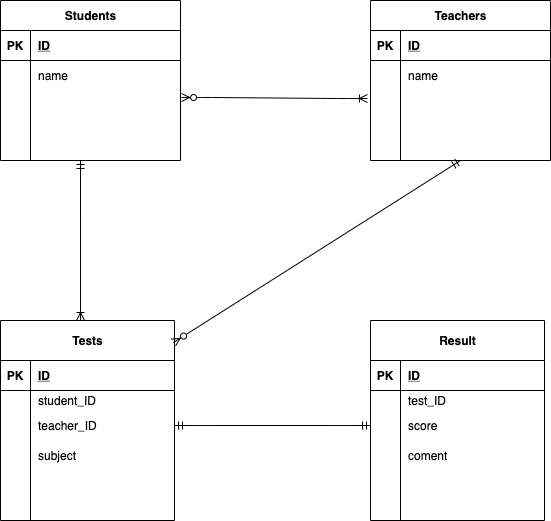
This is index.drawio.png from UYA17/database_test, a draw.io export, as it was before one commit. Source tidied: cells renumbered, new cells last; positions are measured from the earlier drawing's top-left corner, leaving out a move shared by most shapes. Source of this version:
```xml
<mxGraphModel>
  <root>
    <mxCell id="0" />
    <mxCell id="1" parent="0" />
    <mxCell id="2" value="Students" style="shape=table;startSize=30;rowLines=0;fontStyle=1;align=center;html=1;" parent="1" vertex="1">
      <mxGeometry width="180" height="160" as="geometry" />
    </mxCell>
    <mxCell id="3" style="shape=partialRectangle;fillColor=none;top=0;left=0;bottom=1;right=0;" parent="2" vertex="1">
      <mxGeometry y="30" width="180" height="30" as="geometry" />
    </mxCell>
    <mxCell id="4" value="PK" style="shape=partialRectangle;fillColor=none;top=0;left=0;bottom=0;right=0;fontStyle=1;overflow=hidden;" parent="3" vertex="1">
      <mxGeometry width="30" height="30" as="geometry" />
    </mxCell>
    <mxCell id="5" value="ID" style="shape=partialRectangle;fillColor=none;top=0;left=0;bottom=0;right=0;align=left;spacingLeft=6;fontStyle=5;overflow=hidden;" parent="3" vertex="1">
      <mxGeometry x="30" width="150" height="30" as="geometry" />
    </mxCell>
    <mxCell id="6" style="shape=partialRectangle;fillColor=none;top=0;left=0;bottom=0;right=0;" parent="2" vertex="1">
      <mxGeometry y="60" width="180" height="30" as="geometry" />
    </mxCell>
    <mxCell id="7" style="shape=partialRectangle;fillColor=none;top=0;left=0;bottom=0;right=0;overflow=hidden;" parent="6" vertex="1">
      <mxGeometry width="30" height="30" as="geometry" />
    </mxCell>
    <mxCell id="8" value="name" style="shape=partialRectangle;fillColor=none;top=0;left=0;bottom=0;right=0;align=left;spacingLeft=6;overflow=hidden;" parent="6" vertex="1">
      <mxGeometry x="30" width="150" height="30" as="geometry" />
    </mxCell>
    <mxCell id="9" style="shape=partialRectangle;fillColor=none;top=0;left=0;bottom=0;right=0;points=[[0,0.5],[1,0.5]];portConstraint=eastwest;" parent="2" vertex="1">
      <mxGeometry y="90" width="180" height="30" as="geometry" />
    </mxCell>
    <mxCell id="10" style="shape=partialRectangle;fillColor=none;top=0;left=0;bottom=0;right=0;overflow=hidden;" parent="9" vertex="1">
      <mxGeometry width="30" height="30" as="geometry" />
    </mxCell>
    <mxCell id="11" style="shape=partialRectangle;fillColor=none;top=0;left=0;bottom=0;right=0;align=left;spacingLeft=6;overflow=hidden;" parent="9" vertex="1">
      <mxGeometry x="30" width="150" height="30" as="geometry" />
    </mxCell>
    <mxCell id="12" style="shape=partialRectangle;fillColor=none;top=0;left=0;bottom=0;right=0;" parent="2" vertex="1">
      <mxGeometry y="120" width="180" height="30" as="geometry" />
    </mxCell>
    <mxCell id="13" style="shape=partialRectangle;fillColor=none;top=0;left=0;bottom=0;right=0;overflow=hidden;" parent="12" vertex="1">
      <mxGeometry width="30" height="30" as="geometry" />
    </mxCell>
    <mxCell id="14" style="shape=partialRectangle;fillColor=none;top=0;left=0;bottom=0;right=0;align=left;spacingLeft=6;overflow=hidden;" parent="12" vertex="1">
      <mxGeometry x="30" width="150" height="30" as="geometry" />
    </mxCell>
    <mxCell id="15" value="Teachers" style="shape=table;startSize=30;rowLines=0;fontStyle=1;align=center;html=1;" parent="1" vertex="1">
      <mxGeometry x="370" width="180" height="160" as="geometry" />
    </mxCell>
    <mxCell id="16" style="shape=partialRectangle;fillColor=none;top=0;left=0;bottom=1;right=0;" parent="15" vertex="1">
      <mxGeometry y="30" width="180" height="30" as="geometry" />
    </mxCell>
    <mxCell id="17" value="PK" style="shape=partialRectangle;fillColor=none;top=0;left=0;bottom=0;right=0;fontStyle=1;overflow=hidden;" parent="16" vertex="1">
      <mxGeometry width="30" height="30" as="geometry" />
    </mxCell>
    <mxCell id="18" value="ID" style="shape=partialRectangle;fillColor=none;top=0;left=0;bottom=0;right=0;align=left;spacingLeft=6;fontStyle=5;overflow=hidden;" parent="16" vertex="1">
      <mxGeometry x="30" width="150" height="30" as="geometry" />
    </mxCell>
    <mxCell id="19" style="shape=partialRectangle;fillColor=none;top=0;left=0;bottom=0;right=0;" parent="15" vertex="1">
      <mxGeometry y="60" width="180" height="30" as="geometry" />
    </mxCell>
    <mxCell id="20" style="shape=partialRectangle;fillColor=none;top=0;left=0;bottom=0;right=0;overflow=hidden;" parent="19" vertex="1">
      <mxGeometry width="30" height="30" as="geometry" />
    </mxCell>
    <mxCell id="21" value="name" style="shape=partialRectangle;fillColor=none;top=0;left=0;bottom=0;right=0;align=left;spacingLeft=6;overflow=hidden;" parent="19" vertex="1">
      <mxGeometry x="30" width="150" height="30" as="geometry" />
    </mxCell>
    <mxCell id="22" style="shape=partialRectangle;fillColor=none;top=0;left=0;bottom=0;right=0;points=[[0,0.5],[1,0.5]];portConstraint=eastwest;" parent="15" vertex="1">
      <mxGeometry y="90" width="180" height="30" as="geometry" />
    </mxCell>
    <mxCell id="23" style="shape=partialRectangle;fillColor=none;top=0;left=0;bottom=0;right=0;overflow=hidden;" parent="22" vertex="1">
      <mxGeometry width="30" height="30" as="geometry" />
    </mxCell>
    <mxCell id="24" style="shape=partialRectangle;fillColor=none;top=0;left=0;bottom=0;right=0;align=left;spacingLeft=6;overflow=hidden;" parent="22" vertex="1">
      <mxGeometry x="30" width="150" height="30" as="geometry" />
    </mxCell>
    <mxCell id="25" style="shape=partialRectangle;fillColor=none;top=0;left=0;bottom=0;right=0;" parent="15" vertex="1">
      <mxGeometry y="120" width="180" height="30" as="geometry" />
    </mxCell>
    <mxCell id="26" style="shape=partialRectangle;fillColor=none;top=0;left=0;bottom=0;right=0;overflow=hidden;" parent="25" vertex="1">
      <mxGeometry width="30" height="30" as="geometry" />
    </mxCell>
    <mxCell id="27" style="shape=partialRectangle;fillColor=none;top=0;left=0;bottom=0;right=0;align=left;spacingLeft=6;overflow=hidden;" parent="25" vertex="1">
      <mxGeometry x="30" width="150" height="30" as="geometry" />
    </mxCell>
    <mxCell id="28" value="Tests" style="shape=table;startSize=40;rowLines=0;fontStyle=1;align=center;html=1;" parent="1" vertex="1">
      <mxGeometry y="320" width="174" height="200" as="geometry" />
    </mxCell>
    <mxCell id="29" style="shape=partialRectangle;fillColor=none;top=0;left=0;bottom=1;right=0;" parent="28" vertex="1">
      <mxGeometry y="40" width="174" height="30" as="geometry" />
    </mxCell>
    <mxCell id="30" value="PK" style="shape=partialRectangle;fillColor=none;top=0;left=0;bottom=0;right=0;fontStyle=1;overflow=hidden;" parent="29" vertex="1">
      <mxGeometry width="30" height="30" as="geometry" />
    </mxCell>
    <mxCell id="31" value="ID" style="shape=partialRectangle;fillColor=none;top=0;left=0;bottom=0;right=0;align=left;spacingLeft=6;fontStyle=5;overflow=hidden;" parent="29" vertex="1">
      <mxGeometry x="30" width="144" height="30" as="geometry" />
    </mxCell>
    <mxCell id="32" style="shape=partialRectangle;fillColor=none;top=0;left=0;bottom=0;right=0;" parent="28" vertex="1">
      <mxGeometry y="70" width="174" height="20" as="geometry" />
    </mxCell>
    <mxCell id="33" style="shape=partialRectangle;fillColor=none;top=0;left=0;bottom=0;right=0;overflow=hidden;" parent="32" vertex="1">
      <mxGeometry width="30" height="20" as="geometry" />
    </mxCell>
    <mxCell id="34" value="student_ID" style="shape=partialRectangle;fillColor=none;top=0;left=0;bottom=0;right=0;align=left;spacingLeft=6;overflow=hidden;" parent="32" vertex="1">
      <mxGeometry x="30" width="144" height="20" as="geometry" />
    </mxCell>
    <mxCell id="35" style="shape=partialRectangle;fillColor=none;top=0;left=0;bottom=0;right=0;points=[[0,0.5],[1,0.5]];portConstraint=eastwest;" parent="28" vertex="1">
      <mxGeometry y="90" width="174" height="30" as="geometry" />
    </mxCell>
    <mxCell id="36" style="shape=partialRectangle;fillColor=none;top=0;left=0;bottom=0;right=0;overflow=hidden;" parent="35" vertex="1">
      <mxGeometry width="30" height="30" as="geometry" />
    </mxCell>
    <mxCell id="37" value="teacher_ID" style="shape=partialRectangle;fillColor=none;top=0;left=0;bottom=0;right=0;align=left;spacingLeft=6;overflow=hidden;" parent="35" vertex="1">
      <mxGeometry x="30" width="144" height="30" as="geometry" />
    </mxCell>
    <mxCell id="38" style="shape=partialRectangle;fillColor=none;top=0;left=0;bottom=0;right=0;" parent="28" vertex="1">
      <mxGeometry y="120" width="174" height="30" as="geometry" />
    </mxCell>
    <mxCell id="39" style="shape=partialRectangle;fillColor=none;top=0;left=0;bottom=0;right=0;overflow=hidden;" parent="38" vertex="1">
      <mxGeometry width="30" height="30" as="geometry" />
    </mxCell>
    <mxCell id="40" value="subject" style="shape=partialRectangle;fillColor=none;top=0;left=0;bottom=0;right=0;align=left;spacingLeft=6;overflow=hidden;" parent="38" vertex="1">
      <mxGeometry x="30" width="144" height="30" as="geometry" />
    </mxCell>
    <mxCell id="41" style="shape=partialRectangle;fillColor=none;top=0;left=0;bottom=0;right=0;" parent="28" vertex="1">
      <mxGeometry y="150" width="174" height="30" as="geometry" />
    </mxCell>
    <mxCell id="42" style="shape=partialRectangle;fillColor=none;top=0;left=0;bottom=0;right=0;overflow=hidden;" parent="41" vertex="1">
      <mxGeometry width="30" height="30" as="geometry" />
    </mxCell>
    <mxCell id="43" style="shape=partialRectangle;fillColor=none;top=0;left=0;bottom=0;right=0;align=left;spacingLeft=6;overflow=hidden;" parent="41" vertex="1">
      <mxGeometry x="30" width="144" height="30" as="geometry" />
    </mxCell>
    <mxCell id="44" value="Result" style="shape=table;startSize=40;rowLines=0;fontStyle=1;align=center;html=1;" parent="1" vertex="1">
      <mxGeometry x="370" y="320" width="174" height="200" as="geometry" />
    </mxCell>
    <mxCell id="45" style="shape=partialRectangle;fillColor=none;top=0;left=0;bottom=1;right=0;" parent="44" vertex="1">
      <mxGeometry y="40" width="174" height="30" as="geometry" />
    </mxCell>
    <mxCell id="46" value="PK" style="shape=partialRectangle;fillColor=none;top=0;left=0;bottom=0;right=0;fontStyle=1;overflow=hidden;" parent="45" vertex="1">
      <mxGeometry width="30" height="30" as="geometry" />
    </mxCell>
    <mxCell id="47" value="ID" style="shape=partialRectangle;fillColor=none;top=0;left=0;bottom=0;right=0;align=left;spacingLeft=6;fontStyle=5;overflow=hidden;" parent="45" vertex="1">
      <mxGeometry x="30" width="144" height="30" as="geometry" />
    </mxCell>
    <mxCell id="48" style="shape=partialRectangle;fillColor=none;top=0;left=0;bottom=0;right=0;" parent="44" vertex="1">
      <mxGeometry y="70" width="174" height="20" as="geometry" />
    </mxCell>
    <mxCell id="49" style="shape=partialRectangle;fillColor=none;top=0;left=0;bottom=0;right=0;overflow=hidden;" parent="48" vertex="1">
      <mxGeometry width="30" height="20" as="geometry" />
    </mxCell>
    <mxCell id="50" value="test_ID" style="shape=partialRectangle;fillColor=none;top=0;left=0;bottom=0;right=0;align=left;spacingLeft=6;overflow=hidden;" parent="48" vertex="1">
      <mxGeometry x="30" width="144" height="20" as="geometry" />
    </mxCell>
    <mxCell id="51" style="shape=partialRectangle;fillColor=none;top=0;left=0;bottom=0;right=0;points=[[0,0.5],[1,0.5]];portConstraint=eastwest;" parent="44" vertex="1">
      <mxGeometry y="90" width="174" height="30" as="geometry" />
    </mxCell>
    <mxCell id="52" style="shape=partialRectangle;fillColor=none;top=0;left=0;bottom=0;right=0;overflow=hidden;" parent="51" vertex="1">
      <mxGeometry width="30" height="30" as="geometry" />
    </mxCell>
    <mxCell id="53" value="score" style="shape=partialRectangle;fillColor=none;top=0;left=0;bottom=0;right=0;align=left;spacingLeft=6;overflow=hidden;" parent="51" vertex="1">
      <mxGeometry x="30" width="144" height="30" as="geometry" />
    </mxCell>
    <mxCell id="54" style="shape=partialRectangle;fillColor=none;top=0;left=0;bottom=0;right=0;" parent="44" vertex="1">
      <mxGeometry y="120" width="174" height="30" as="geometry" />
    </mxCell>
    <mxCell id="55" style="shape=partialRectangle;fillColor=none;top=0;left=0;bottom=0;right=0;overflow=hidden;" parent="54" vertex="1">
      <mxGeometry width="30" height="30" as="geometry" />
    </mxCell>
    <mxCell id="56" value="coment" style="shape=partialRectangle;fillColor=none;top=0;left=0;bottom=0;right=0;align=left;spacingLeft=6;overflow=hidden;" parent="54" vertex="1">
      <mxGeometry x="30" width="144" height="30" as="geometry" />
    </mxCell>
    <mxCell id="57" style="shape=partialRectangle;fillColor=none;top=0;left=0;bottom=0;right=0;" parent="44" vertex="1">
      <mxGeometry y="150" width="174" height="30" as="geometry" />
    </mxCell>
    <mxCell id="58" style="shape=partialRectangle;fillColor=none;top=0;left=0;bottom=0;right=0;overflow=hidden;" parent="57" vertex="1">
      <mxGeometry width="30" height="30" as="geometry" />
    </mxCell>
    <mxCell id="59" style="shape=partialRectangle;fillColor=none;top=0;left=0;bottom=0;right=0;align=left;spacingLeft=6;overflow=hidden;" parent="57" vertex="1">
      <mxGeometry x="30" width="144" height="30" as="geometry" />
    </mxCell>
    <mxCell id="60" style="edgeStyle=entityRelationEdgeStyle;fontSize=12;html=1;endArrow=ERoneToMany;startArrow=ERzeroToMany;exitX=1.006;exitY=0.233;exitDx=0;exitDy=0;exitPerimeter=0;entryX=-0.017;entryY=0.267;entryDx=0;entryDy=0;entryPerimeter=0;" parent="1" edge="1" source="9" target="22">
      <mxGeometry relative="1" as="geometry" />
    </mxCell>
    <mxCell id="61" style="fontSize=12;html=1;endArrow=ERoneToMany;startArrow=ERmandOne;entryX=0.46;entryY=0;entryDx=0;entryDy=0;entryPerimeter=0;" parent="1" edge="1" target="28">
      <mxGeometry relative="1" as="geometry">
        <mxPoint x="80" y="160" as="sourcePoint" />
      </mxGeometry>
    </mxCell>
    <mxCell id="62" style="fontSize=12;html=1;endArrow=ERzeroToMany;startArrow=ERmandOne;exitX=0.5;exitY=1;exitDx=0;exitDy=0;entryX=0.994;entryY=0.11;entryDx=0;entryDy=0;entryPerimeter=0;" parent="1" edge="1" source="15" target="28">
      <mxGeometry relative="1" as="geometry" />
    </mxCell>
    <mxCell id="63" style="edgeStyle=entityRelationEdgeStyle;fontSize=12;html=1;endArrow=ERmandOne;startArrow=ERmandOne;exitX=1;exitY=0.5;exitDx=0;exitDy=0;entryX=0;entryY=0.5;entryDx=0;entryDy=0;" parent="1" edge="1" source="35" target="51">
      <mxGeometry relative="1" as="geometry" />
    </mxCell>
  </root>
</mxGraphModel>
```
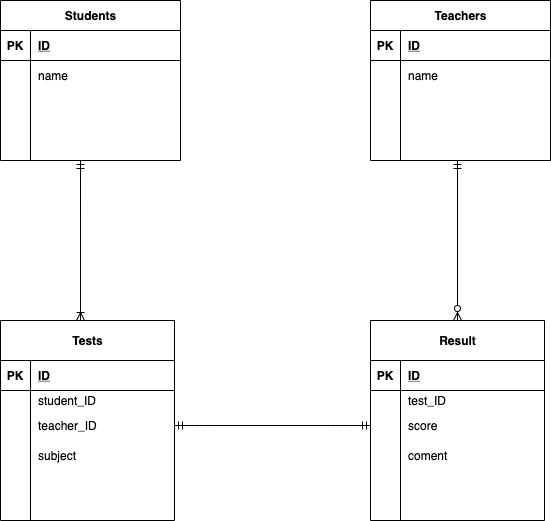
The same diagram one commit later.

What changed in the source:
```diff
@@ -176,19 +176,19 @@
     <mxCell id="59" style="shape=partialRectangle;fillColor=none;top=0;left=0;bottom=0;right=0;align=left;spacingLeft=6;overflow=hidden;" parent="57" vertex="1">
       <mxGeometry x="30" width="144" height="30" as="geometry" />
     </mxCell>
-    <mxCell id="60" style="edgeStyle=entityRelationEdgeStyle;fontSize=12;html=1;endArrow=ERoneToMany;startArrow=ERzeroToMany;exitX=1.006;exitY=0.233;exitDx=0;exitDy=0;exitPerimeter=0;entryX=-0.017;entryY=0.267;entryDx=0;entryDy=0;entryPerimeter=0;" parent="1" edge="1" source="9" target="22">
-      <mxGeometry relative="1" as="geometry" />
-    </mxCell>
     <mxCell id="61" style="fontSize=12;html=1;endArrow=ERoneToMany;startArrow=ERmandOne;entryX=0.46;entryY=0;entryDx=0;entryDy=0;entryPerimeter=0;" parent="1" edge="1" target="28">
       <mxGeometry relative="1" as="geometry">
         <mxPoint x="80" y="160" as="sourcePoint" />
       </mxGeometry>
     </mxCell>
-    <mxCell id="62" style="fontSize=12;html=1;endArrow=ERzeroToMany;startArrow=ERmandOne;exitX=0.5;exitY=1;exitDx=0;exitDy=0;entryX=0.994;entryY=0.11;entryDx=0;entryDy=0;entryPerimeter=0;" parent="1" edge="1" source="15" target="28">
-      <mxGeometry relative="1" as="geometry" />
-    </mxCell>
     <mxCell id="63" style="edgeStyle=entityRelationEdgeStyle;fontSize=12;html=1;endArrow=ERmandOne;startArrow=ERmandOne;exitX=1;exitY=0.5;exitDx=0;exitDy=0;entryX=0;entryY=0.5;entryDx=0;entryDy=0;" parent="1" edge="1" source="35" target="51">
       <mxGeometry relative="1" as="geometry" />
     </mxCell>
+    <mxCell id="64" style="fontSize=12;html=1;endArrow=ERzeroToMany;startArrow=ERmandOne;" parent="1" edge="1">
+      <mxGeometry relative="1" as="geometry">
+        <mxPoint x="457" y="160" as="sourcePoint" />
+        <mxPoint x="457" y="320" as="targetPoint" />
+      </mxGeometry>
+    </mxCell>
   </root>
 </mxGraphModel>
```
